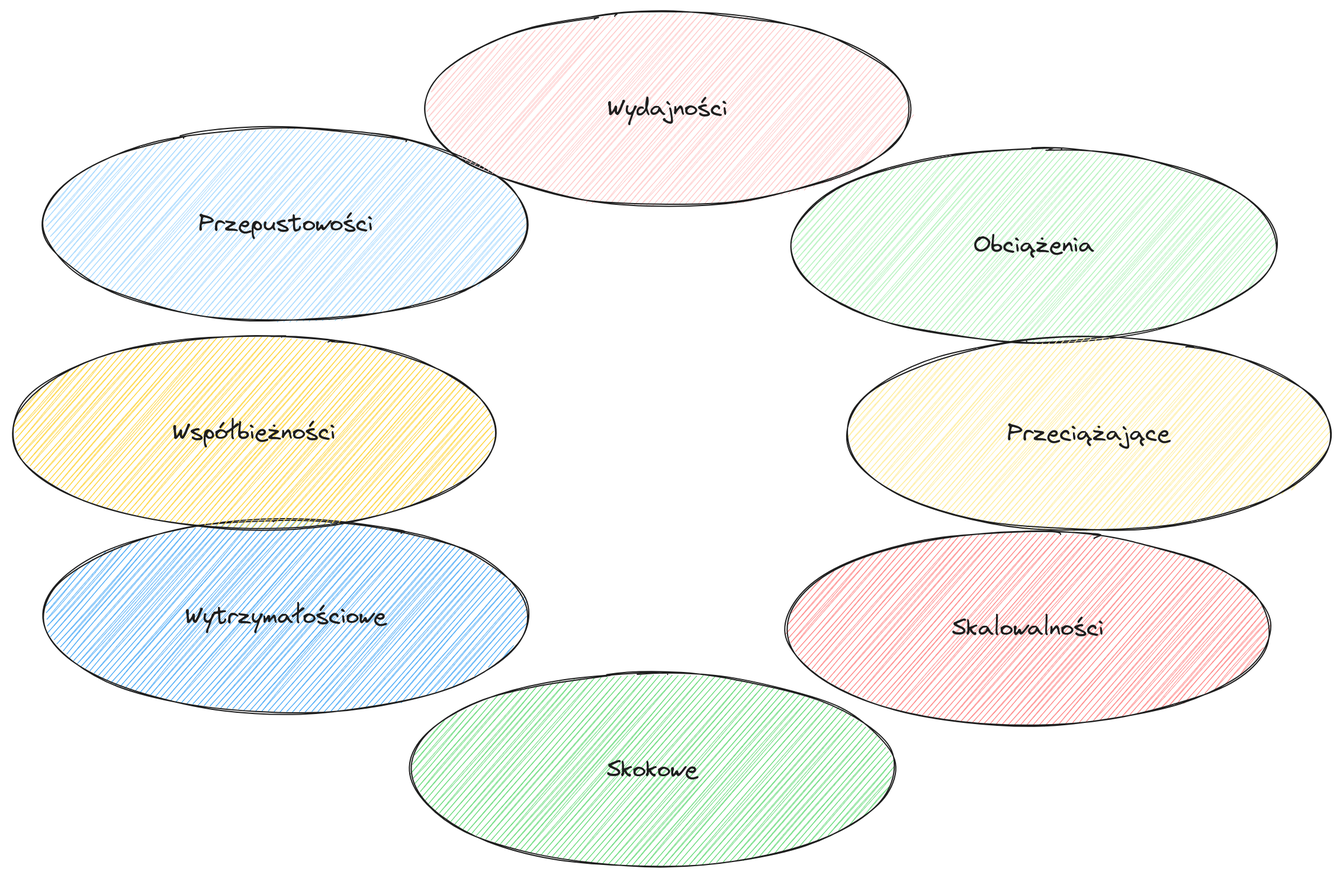
lukomski/framework_benchmark keeps this Excalidraw diagram as thesis/rysunki/performance-tests.png. Above is the earlier version. Source tidied: one line per element, renumbered; positions are measured from the earlier drawing's top-left corner, leaving out a move shared by most shapes.
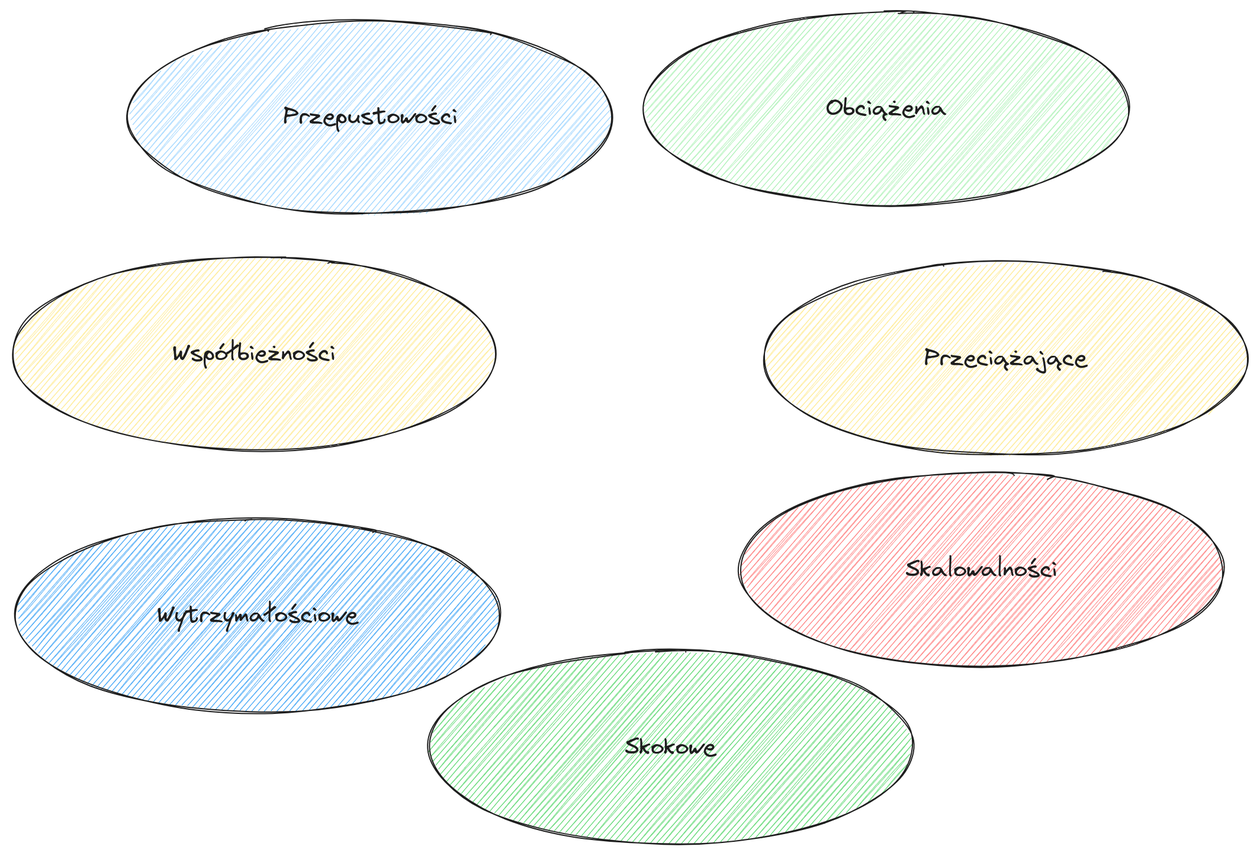
Above is the later version.

Change to the diagram source:
```diff
@@ -1,16 +1,14 @@
-{"id": 0, "type": "ellipse", "strokeColor": "#1e1e1e", "backgroundColor": "#a5d8ff", "fillStyle": "hachure", "strokeWidth": 1, "roughness": 1, "round": true, "x": 27, "y": 98, "width": 409, "height": 163}
+{"id": 0, "type": "ellipse", "strokeColor": "#1e1e1e", "backgroundColor": "#a5d8ff", "fillStyle": "hachure", "strokeWidth": 1, "roughness": 1, "round": true, "x": 122, "y": 8, "width": 409, "height": 163}
-{"id": 1, "type": "text", "text": "Przepustowości", "strokeColor": "#1e1e1e", "backgroundColor": "#ffec99", "fillStyle": "hachure", "strokeWidth": 1, "roughness": 1, "fontSize": 20, "fontFamily": 1, "textAlign": "center", "verticalAlign": "middle", "inside": 0, "x": 158, "y": 167, "width": 147, "height": 25}
+{"id": 1, "type": "text", "text": "Przepustowości", "strokeColor": "#1e1e1e", "backgroundColor": "#ffec99", "fillStyle": "hachure", "strokeWidth": 1, "roughness": 1, "fontSize": 20, "fontFamily": 1, "textAlign": "center", "verticalAlign": "middle", "inside": 0, "x": 253, "y": 77, "width": 147, "height": 25}
-{"id": 2, "type": "ellipse", "strokeColor": "#1e1e1e", "backgroundColor": "#ffc9c9", "fillStyle": "hachure", "strokeWidth": 1, "roughness": 1, "round": true, "x": 349, "y": 0, "width": 409, "height": 163}
-{"id": 3, "type": "text", "text": "Wydajności", "strokeColor": "#1e1e1e", "backgroundColor": "#ffec99", "fillStyle": "hachure", "strokeWidth": 1, "roughness": 1, "fontSize": 20, "fontFamily": 1, "textAlign": "center", "verticalAlign": "middle", "inside": 2, "x": 503, "y": 69, "width": 101, "height": 25}
-{"id": 4, "type": "ellipse", "strokeColor": "#1e1e1e", "backgroundColor": "#b2f2bb", "fillStyle": "hachure", "strokeWidth": 1, "roughness": 1, "round": true, "x": 659, "y": 116, "width": 409, "height": 163}
+{"id": 4, "type": "ellipse", "strokeColor": "#1e1e1e", "backgroundColor": "#b2f2bb", "fillStyle": "hachure", "strokeWidth": 1, "roughness": 1, "round": true, "x": 558, "y": 1, "width": 409, "height": 163}
-{"id": 5, "type": "text", "text": "Obciążenia", "strokeColor": "#1e1e1e", "backgroundColor": "#ffec99", "fillStyle": "hachure", "strokeWidth": 1, "roughness": 1, "fontSize": 20, "fontFamily": 1, "textAlign": "center", "verticalAlign": "middle", "inside": 4, "x": 812, "y": 185, "width": 102, "height": 25}
+{"id": 5, "type": "text", "text": "Obciążenia", "strokeColor": "#1e1e1e", "backgroundColor": "#ffec99", "fillStyle": "hachure", "strokeWidth": 1, "roughness": 1, "fontSize": 20, "fontFamily": 1, "textAlign": "center", "verticalAlign": "middle", "inside": 4, "x": 711, "y": 70, "width": 102, "height": 25}
-{"id": 6, "type": "ellipse", "strokeColor": "#1e1e1e", "backgroundColor": "#ffec99", "fillStyle": "hachure", "strokeWidth": 1, "roughness": 1, "round": true, "x": 705, "y": 275, "width": 409, "height": 163}
+{"id": 6, "type": "ellipse", "strokeColor": "#1e1e1e", "backgroundColor": "#ffec99", "fillStyle": "hachure", "strokeWidth": 1, "roughness": 1, "round": true, "x": 659, "y": 212, "width": 409, "height": 163}
-{"id": 7, "type": "text", "text": "Przeciążające", "strokeColor": "#1e1e1e", "backgroundColor": "#ffec99", "fillStyle": "hachure", "strokeWidth": 1, "roughness": 1, "fontSize": 20, "fontFamily": 1, "textAlign": "center", "verticalAlign": "middle", "inside": 6, "x": 841, "y": 344, "width": 138, "height": 25}
+{"id": 7, "type": "text", "text": "Przeciążające", "strokeColor": "#1e1e1e", "backgroundColor": "#ffec99", "fillStyle": "hachure", "strokeWidth": 1, "roughness": 1, "fontSize": 20, "fontFamily": 1, "textAlign": "center", "verticalAlign": "middle", "inside": 6, "x": 794, "y": 281, "width": 138, "height": 25}
-{"id": 8, "type": "ellipse", "strokeColor": "#1e1e1e", "backgroundColor": "#ff8787", "fillStyle": "hachure", "strokeWidth": 1, "roughness": 1, "round": true, "x": 653, "y": 439, "width": 409, "height": 163}
+{"id": 8, "type": "ellipse", "strokeColor": "#1e1e1e", "backgroundColor": "#ff8787", "fillStyle": "hachure", "strokeWidth": 1, "roughness": 1, "round": true, "x": 638, "y": 390, "width": 409, "height": 163}
-{"id": 9, "type": "text", "text": "Skalowalności", "strokeColor": "#1e1e1e", "backgroundColor": "#ffec99", "fillStyle": "hachure", "strokeWidth": 1, "roughness": 1, "fontSize": 20, "fontFamily": 1, "textAlign": "center", "verticalAlign": "middle", "inside": 8, "x": 794, "y": 509, "width": 128, "height": 25}
+{"id": 9, "type": "text", "text": "Skalowalności", "strokeColor": "#1e1e1e", "backgroundColor": "#ffec99", "fillStyle": "hachure", "strokeWidth": 1, "roughness": 1, "fontSize": 20, "fontFamily": 1, "textAlign": "center", "verticalAlign": "middle", "inside": 8, "x": 779, "y": 459, "width": 128, "height": 25}
-{"id": 10, "type": "ellipse", "strokeColor": "#1e1e1e", "backgroundColor": "#69db7c", "fillStyle": "hachure", "strokeWidth": 1, "roughness": 1, "round": true, "x": 336, "y": 558, "width": 409, "height": 163}
+{"id": 10, "type": "ellipse", "strokeColor": "#1e1e1e", "backgroundColor": "#69db7c", "fillStyle": "hachure", "strokeWidth": 1, "roughness": 1, "round": true, "x": 376, "y": 540, "width": 409, "height": 163}
-{"id": 11, "type": "text", "text": "Skokowe", "strokeColor": "#1e1e1e", "backgroundColor": "#ffec99", "fillStyle": "hachure", "strokeWidth": 1, "roughness": 1, "fontSize": 20, "fontFamily": 1, "textAlign": "center", "verticalAlign": "middle", "inside": 10, "x": 502, "y": 628, "width": 77, "height": 25}
+{"id": 11, "type": "text", "text": "Skokowe", "strokeColor": "#1e1e1e", "backgroundColor": "#ffec99", "fillStyle": "hachure", "strokeWidth": 1, "roughness": 1, "fontSize": 20, "fontFamily": 1, "textAlign": "center", "verticalAlign": "middle", "inside": 10, "x": 542, "y": 610, "width": 77, "height": 25}
 {"id": 12, "type": "ellipse", "strokeColor": "#1e1e1e", "backgroundColor": "#4dabf7", "fillStyle": "hachure", "strokeWidth": 1, "roughness": 1, "round": true, "x": 27, "y": 429, "width": 409, "height": 163}
 {"id": 13, "type": "text", "text": "Wytrzymałościowe", "strokeColor": "#1e1e1e", "backgroundColor": "#ffec99", "fillStyle": "hachure", "strokeWidth": 1, "roughness": 1, "fontSize": 20, "fontFamily": 1, "textAlign": "center", "verticalAlign": "middle", "inside": 12, "x": 147, "y": 498, "width": 170, "height": 25}
-{"id": 14, "type": "ellipse", "strokeColor": "#1e1e1e", "backgroundColor": "#ffd43b", "fillStyle": "hachure", "strokeWidth": 1, "roughness": 1, "round": true, "x": 0, "y": 273, "width": 409, "height": 163}
+{"id": 14, "type": "ellipse", "strokeColor": "#1e1e1e", "backgroundColor": "#ffec99", "fillStyle": "hachure", "strokeWidth": 1, "roughness": 1, "round": true, "x": 24, "y": 208, "width": 409, "height": 163}
-{"id": 15, "type": "text", "text": "Współbieżności", "strokeColor": "#1e1e1e", "backgroundColor": "#ffec99", "fillStyle": "hachure", "strokeWidth": 1, "roughness": 1, "fontSize": 20, "fontFamily": 1, "textAlign": "center", "verticalAlign": "middle", "inside": 14, "x": 136, "y": 343, "width": 137, "height": 25}
+{"id": 15, "type": "text", "text": "Współbieżności", "strokeColor": "#1e1e1e", "backgroundColor": "#ffec99", "fillStyle": "hachure", "strokeWidth": 1, "roughness": 1, "fontSize": 20, "fontFamily": 1, "textAlign": "center", "verticalAlign": "middle", "inside": 14, "x": 160, "y": 277, "width": 137, "height": 25}
```
